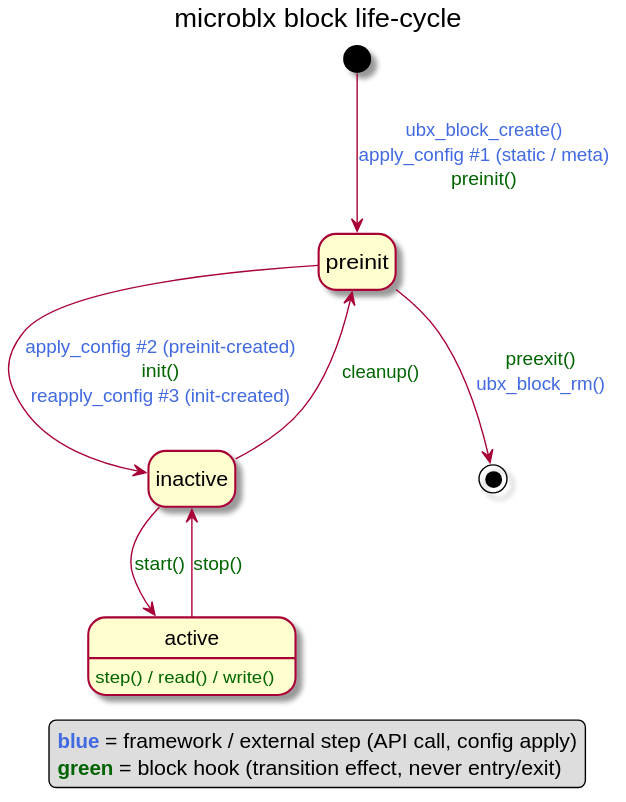
Above: docs/img/life_cycle.svg in kmarkus/microblx (PlantUML), before the change.
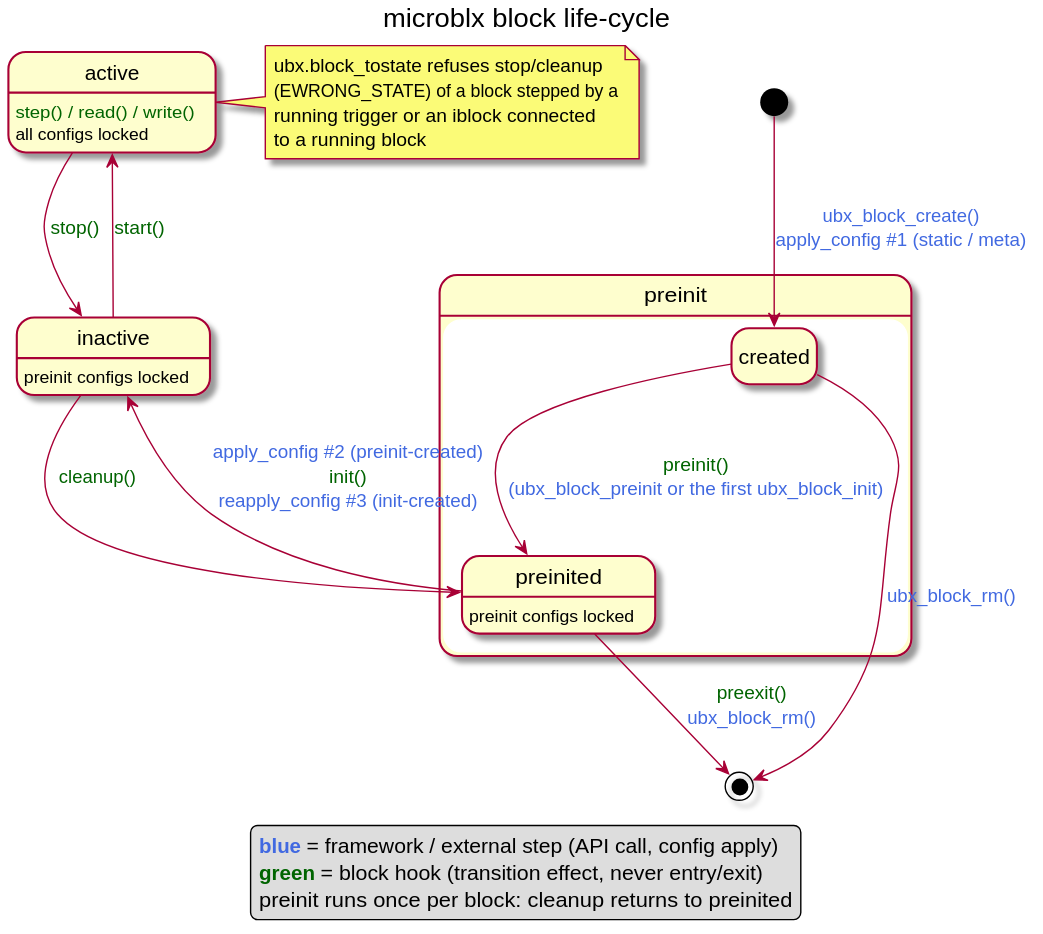
After the change.

Commit message:
docs: update the life-cycle fsm

preinit() was drawn on block creation. It runs once, later, in state
preinit; show created/preinited, rm without preexit and config locks.

The edit, as a diff of the source:
```diff
@@ -2,20 +2,38 @@
 hide empty description
 title microblx block life-cycle
 
-[*] --> preinit : <color:RoyalBlue>ubx_block_create()</color>\n<color:RoyalBlue>apply_config #1 (static / meta)</color>\n<color:DarkGreen>preinit()</color>
+state preinit {
+  state created
+  state preinited
+  created --> preinited : <color:DarkGreen>preinit()</color>\n<color:RoyalBlue>(ubx_block_preinit or the first ubx_block_init)</color>
+  preinited : preinit configs locked
+}
 
-preinit --> inactive : <color:RoyalBlue>apply_config #2 (preinit-created)</color>\n<color:DarkGreen>init()</color>\n<color:RoyalBlue>reapply_config #3 (init-created)</color>
-inactive --> preinit  : <color:DarkGreen>cleanup()</color>
+[*] --> created : <color:RoyalBlue>ubx_block_create()</color>\n<color:RoyalBlue>apply_config #1 (static / meta)</color>
+
+preinited --> inactive : <color:RoyalBlue>apply_config #2 (preinit-created)</color>\n<color:DarkGreen>init()</color>\n<color:RoyalBlue>reapply_config #3 (init-created)</color>
+inactive --> preinited : <color:DarkGreen>cleanup()</color>
 
 inactive --> active : <color:DarkGreen>start()</color>
 active --> inactive : <color:DarkGreen>stop()</color>
 
-preinit --> [*] : <color:DarkGreen>preexit()</color>\n<color:RoyalBlue>ubx_block_rm()</color>
+created --> [*] : <color:RoyalBlue>ubx_block_rm()</color>
+preinited --> [*] : <color:DarkGreen>preexit()</color>\n<color:RoyalBlue>ubx_block_rm()</color>
 
 active : <color:DarkGreen>step()  /  read() / write()</color>
+active : all configs locked
+inactive : preinit configs locked
+
+note right of active
+  ubx.block_tostate refuses stop/cleanup
+  (EWRONG_STATE) of a block stepped by a
+  running trigger or an iblock connected
+  to a running block
+end note
 
 legend bottom
   <color:RoyalBlue>**blue**</color> = framework / external step (API call, config apply)
   <color:DarkGreen>**green**</color> = block hook (transition effect, never entry/exit)
+  preinit runs once per block: cleanup returns to preinited
 endlegend
 @enduml
```
